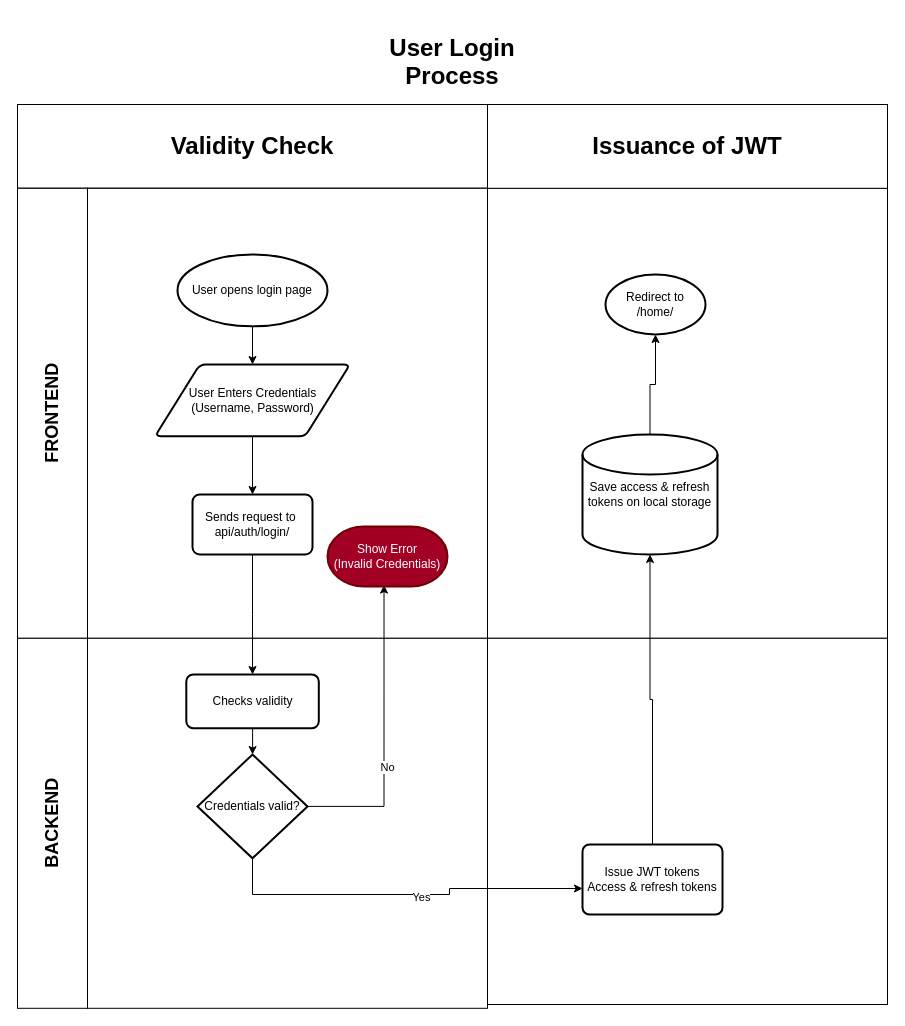
Earlier version of the draw.io diagram page "User Login Process" (1 of 2) of E-Commerce API Business Process.drawio (RHILIUS/drawio). Source tidied: cells renumbered, new cells numbered last; positions are measured from the earlier drawing's top-left corner, leaving out a move shared by most shapes. Both pictures are drawn from the tidied source at 100%, with x=0, y=0 at pixel (17, 44).
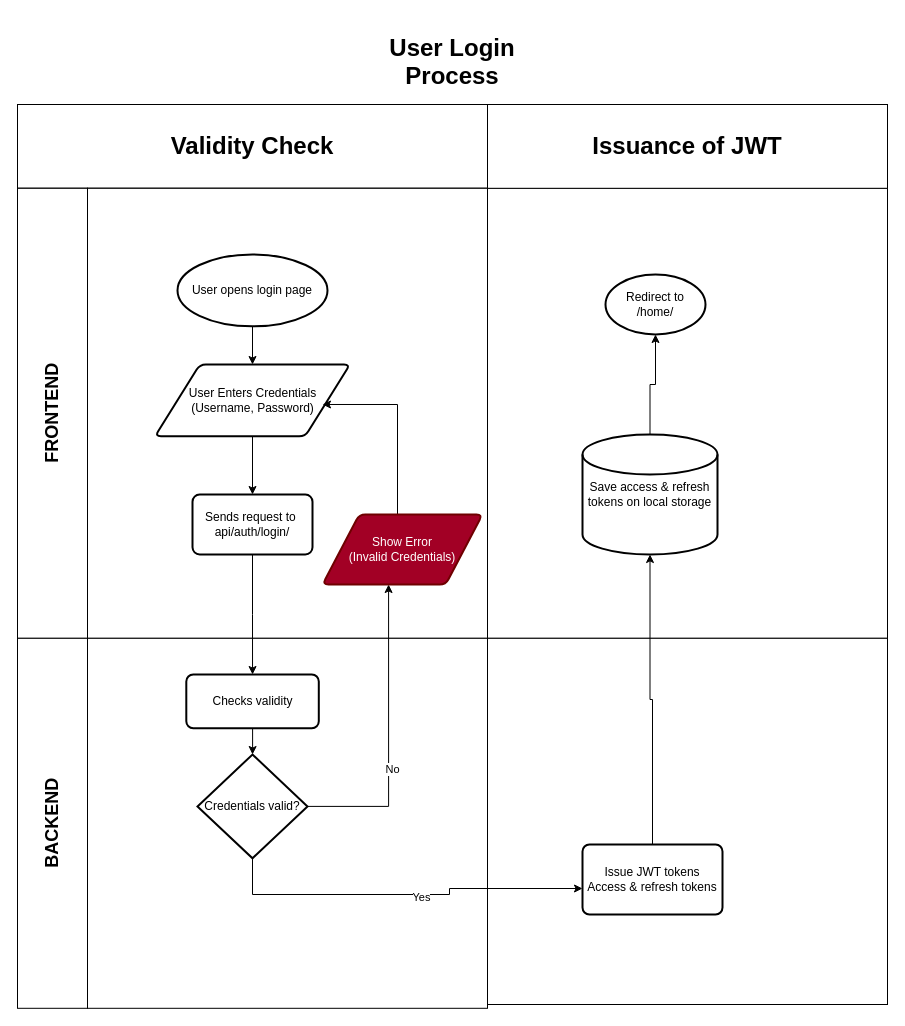
The same diagram, later.

Unchanged cells that the change refers to:
```xml
<mxCell id="10" value="User Enters Credentials&lt;br&gt;(Username, Password)" style="shape=parallelogram;html=1;strokeWidth=2;perimeter=parallelogramPerimeter;whiteSpace=wrap;rounded=1;arcSize=12;size=0.23;" parent="1" vertex="1">
  <mxGeometry x="137.5" y="320" width="195" height="71.8" as="geometry" />
</mxCell>
<mxCell id="17" value="Credentials valid?" style="strokeWidth=2;html=1;shape=mxgraph.flowchart.decision;whiteSpace=wrap;" parent="1" vertex="1">
  <mxGeometry x="180" y="710" width="110" height="103.8" as="geometry" />
</mxCell>
```

Change to the diagram source:
```diff
@@
-    <mxCell id="15" style="edgeStyle=orthogonalEdgeStyle;rounded=0;jettySize=auto;html=1;entryX=0.471;entryY=0.976;entryDx=0;entryDy=0;entryPerimeter=0;" parent="1" edge="1" source="17" target="19">
+    <mxCell id="15" style="edgeStyle=orthogonalEdgeStyle;rounded=0;jettySize=auto;html=1;entryX=0.413;entryY=1;entryDx=0;entryDy=0;entryPerimeter=0;" parent="1" edge="1" source="17" target="19">
       <mxGeometry relative="1" as="geometry" />
     </mxCell>
@@
-    <mxCell id="19" value="Show Error&lt;br&gt;(Invalid Credentials)" style="strokeWidth=2;html=1;shape=mxgraph.flowchart.terminator;whiteSpace=wrap;fillColor=#a20025;fontColor=#ffffff;strokeColor=#6F0000;" parent="1" vertex="1">
-      <mxGeometry x="310" y="482" width="120" height="60" as="geometry" />
-    </mxCell>
@@
+    <mxCell id="33" style="edgeStyle=orthogonalEdgeStyle;rounded=0;jettySize=auto;html=1;entryX=0.859;entryY=0.557;entryDx=0;entryDy=0;entryPerimeter=0;" parent="1" edge="1" source="19" target="10">
+      <mxGeometry relative="1" as="geometry">
+        <Array as="points">
+          <mxPoint x="380" y="360" />
+        </Array>
+      </mxGeometry>
+    </mxCell>
+    <mxCell id="19" value="Show Error&lt;br&gt;(Invalid Credentials)" style="shape=parallelogram;html=1;strokeWidth=2;perimeter=parallelogramPerimeter;whiteSpace=wrap;rounded=1;arcSize=12;size=0.23;fillColor=#a20025;fontColor=#ffffff;strokeColor=#6F0000;" parent="1" vertex="1">
+      <mxGeometry x="305" y="470" width="160" height="70" as="geometry" />
+    </mxCell>
```
